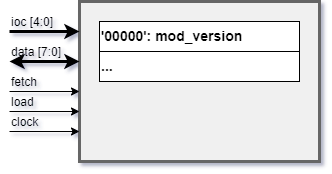
This is docs/fpga/generic_module_block.png from cariboulabs/cariboulite, a draw.io export, as it was before one commit. Source tidied: cells renumbered, new cells last; positions are measured from the earlier drawing's top-left corner, leaving out a move shared by most shapes. The source it was exported from:
```xml
<mxGraphModel>
  <root>
    <mxCell id="0" />
    <mxCell id="1" parent="0" />
    <mxCell id="2" style="rounded=0;whiteSpace=wrap;html=1;labelBackgroundColor=none;strokeColor=#666666;strokeWidth=3;fillColor=#F0F0F0;fontSize=14;align=center;verticalAlign=middle;fontStyle=1;" parent="1" vertex="1">
      <mxGeometry x="70" width="240" height="160" as="geometry" />
    </mxCell>
    <mxCell id="3" style="edgeStyle=none;rounded=0;orthogonalLoop=1;jettySize=auto;html=1;entryX=0;entryY=0.5;entryDx=0;entryDy=0;labelBackgroundColor=none;startArrow=none;startFill=0;endArrow=classic;endFill=1;strokeWidth=3;fillColor=#ffffff;fontSize=12;" parent="1" edge="1">
      <mxGeometry relative="1" as="geometry">
        <mxPoint y="30" as="sourcePoint" />
        <mxPoint x="70" y="30" as="targetPoint" />
      </mxGeometry>
    </mxCell>
    <mxCell id="4" value="clock" style="text;html=1;align=left;verticalAlign=middle;fontSize=12;" parent="1" vertex="1">
      <mxGeometry y="110" width="40" height="20" as="geometry" />
    </mxCell>
    <mxCell id="5" style="edgeStyle=none;rounded=0;orthogonalLoop=1;jettySize=auto;html=1;entryX=0;entryY=0.5;entryDx=0;entryDy=0;labelBackgroundColor=none;startArrow=none;startFill=0;endArrow=classic;endFill=1;strokeWidth=1;fillColor=#ffffff;fontSize=12;" parent="1" edge="1">
      <mxGeometry relative="1" as="geometry">
        <mxPoint y="130" as="sourcePoint" />
        <mxPoint x="70" y="130" as="targetPoint" />
      </mxGeometry>
    </mxCell>
    <mxCell id="6" style="edgeStyle=none;rounded=0;orthogonalLoop=1;jettySize=auto;html=1;entryX=0;entryY=0.5;entryDx=0;entryDy=0;labelBackgroundColor=none;startArrow=none;startFill=0;endArrow=classic;endFill=1;strokeWidth=1;fillColor=#ffffff;fontSize=12;" parent="1" edge="1">
      <mxGeometry relative="1" as="geometry">
        <mxPoint y="110" as="sourcePoint" />
        <mxPoint x="70" y="110" as="targetPoint" />
      </mxGeometry>
    </mxCell>
    <mxCell id="7" value="load" style="text;html=1;align=left;verticalAlign=middle;fontSize=12;" parent="1" vertex="1">
      <mxGeometry y="90" width="40" height="20" as="geometry" />
    </mxCell>
    <mxCell id="8" style="edgeStyle=none;rounded=0;orthogonalLoop=1;jettySize=auto;html=1;entryX=0;entryY=0.5;entryDx=0;entryDy=0;labelBackgroundColor=none;startArrow=none;startFill=0;endArrow=classic;endFill=1;strokeWidth=1;fillColor=#ffffff;fontSize=12;" parent="1" edge="1">
      <mxGeometry relative="1" as="geometry">
        <mxPoint y="90" as="sourcePoint" />
        <mxPoint x="70" y="90" as="targetPoint" />
      </mxGeometry>
    </mxCell>
    <mxCell id="9" value="fetch" style="text;html=1;align=left;verticalAlign=middle;fontSize=12;" parent="1" vertex="1">
      <mxGeometry y="70" width="40" height="20" as="geometry" />
    </mxCell>
    <mxCell id="10" style="edgeStyle=none;rounded=0;orthogonalLoop=1;jettySize=auto;html=1;entryX=0;entryY=0.5;entryDx=0;entryDy=0;labelBackgroundColor=none;startArrow=classic;startFill=1;endArrow=classic;endFill=1;strokeWidth=3;fillColor=#ffffff;fontSize=12;" parent="1" edge="1">
      <mxGeometry relative="1" as="geometry">
        <mxPoint y="60" as="sourcePoint" />
        <mxPoint x="70" y="60" as="targetPoint" />
      </mxGeometry>
    </mxCell>
    <mxCell id="11" value="data [7:0]" style="text;html=1;align=left;verticalAlign=middle;fontSize=12;" parent="1" vertex="1">
      <mxGeometry y="40" width="70" height="20" as="geometry" />
    </mxCell>
    <mxCell id="12" value="ioc [4:0]" style="text;html=1;align=left;verticalAlign=middle;fontSize=12;" parent="1" vertex="1">
      <mxGeometry y="10" width="60" height="20" as="geometry" />
    </mxCell>
    <mxCell id="13" value="&lt;b&gt;'00000': mod_version&lt;/b&gt;" style="whiteSpace=wrap;html=1;labelBackgroundColor=none;strokeWidth=1;fontSize=14;align=left;verticalAlign=top;" parent="1" vertex="1">
      <mxGeometry x="90" y="20" width="200" height="30" as="geometry" />
    </mxCell>
    <mxCell id="14" value="&lt;b&gt;...&lt;/b&gt;" style="whiteSpace=wrap;html=1;labelBackgroundColor=none;strokeWidth=1;fontSize=14;align=left;verticalAlign=top;" parent="1" vertex="1">
      <mxGeometry x="90" y="50" width="200" height="30" as="geometry" />
    </mxCell>
  </root>
</mxGraphModel>
```
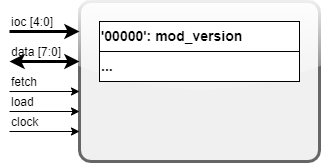
Later version of the same file.

Change to the diagram source:
```diff
@@ -2,7 +2,7 @@
   <root>
     <mxCell id="0" />
     <mxCell id="1" parent="0" />
-    <mxCell id="2" style="rounded=0;whiteSpace=wrap;html=1;labelBackgroundColor=none;strokeColor=#666666;strokeWidth=3;fillColor=#F0F0F0;fontSize=14;align=center;verticalAlign=middle;fontStyle=1;" parent="1" vertex="1">
+    <mxCell id="2" style="rounded=1;whiteSpace=wrap;html=1;labelBackgroundColor=none;strokeColor=#666666;strokeWidth=3;fillColor=#F0F0F0;fontSize=14;align=center;verticalAlign=middle;fontStyle=1;glass=1;arcSize=7;" parent="1" vertex="1">
       <mxGeometry x="70" width="240" height="160" as="geometry" />
     </mxCell>
     <mxCell id="3" style="edgeStyle=none;rounded=0;orthogonalLoop=1;jettySize=auto;html=1;entryX=0;entryY=0.5;entryDx=0;entryDy=0;labelBackgroundColor=none;startArrow=none;startFill=0;endArrow=classic;endFill=1;strokeWidth=3;fillColor=#ffffff;fontSize=12;" parent="1" edge="1">
```
